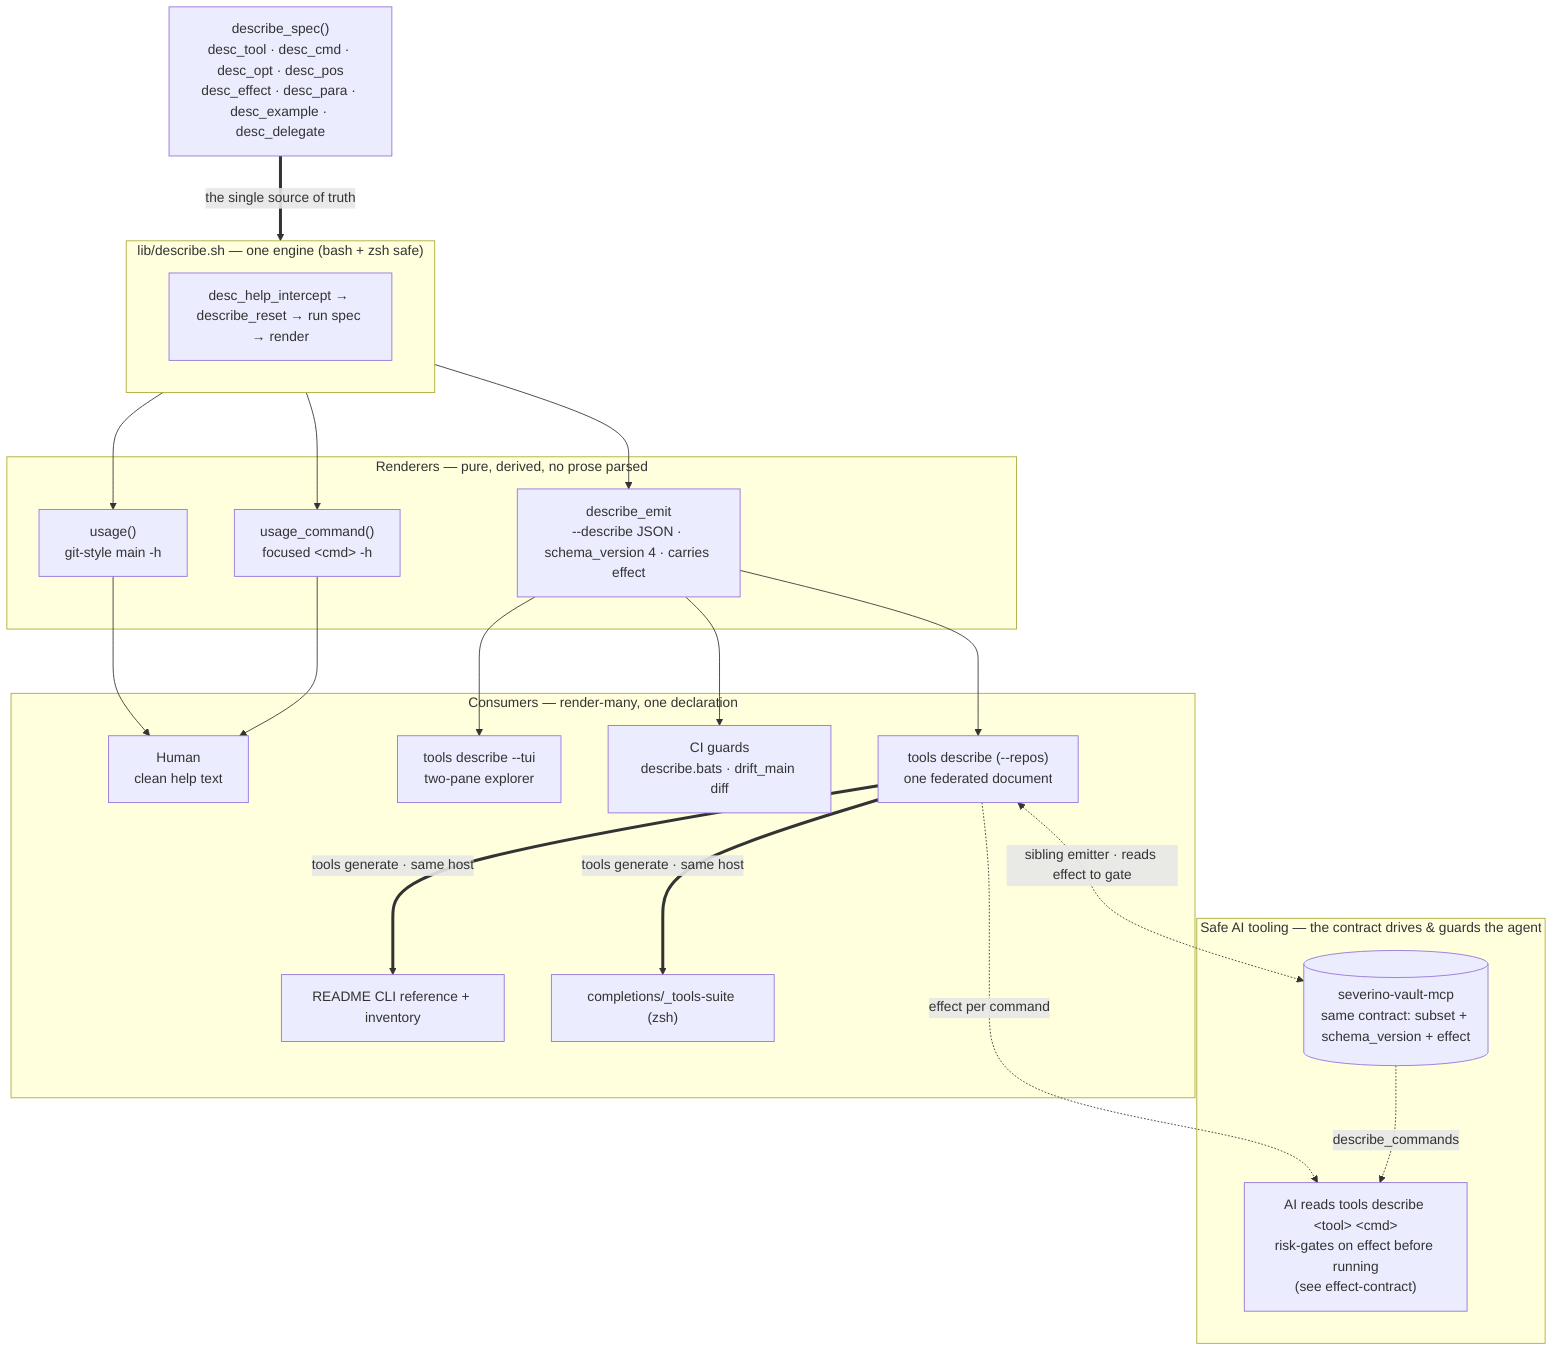
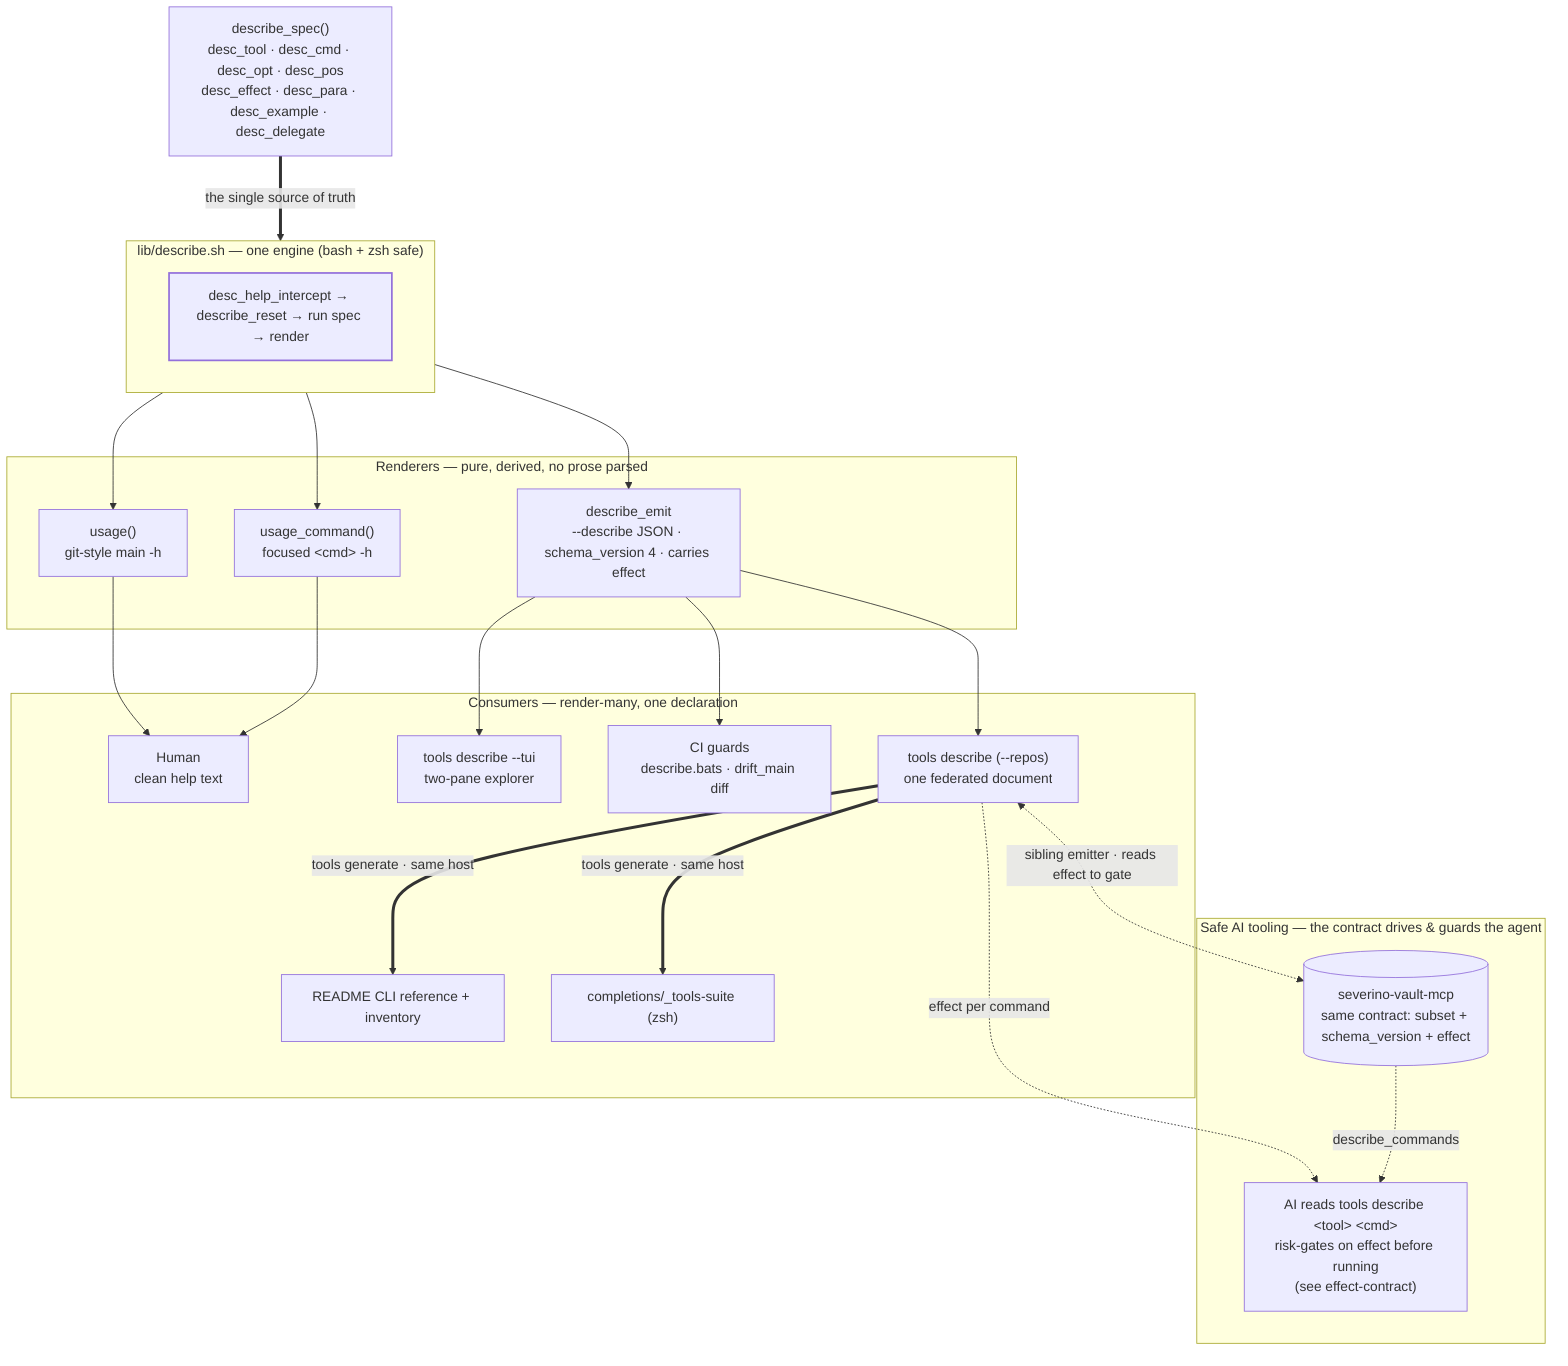
%%{init: {'flowchart': {'rankSpacing': 75, 'nodeSpacing': 55}}}%%
flowchart TB
    spec["describe_spec()<br/>desc_tool · desc_cmd · desc_opt · desc_pos<br/>desc_effect · desc_para · desc_example · desc_delegate"]

    subgraph engine["lib/describe.sh — one engine (bash + zsh safe)"]
        run["desc_help_intercept → describe_reset → run spec → render"]
    end
    spec ==>|"the single source of truth"| engine

    subgraph renderers["Renderers — pure, derived, no prose parsed"]
        usage["usage()<br/>git-style main -h"]
        focused["usage_command()<br/>focused &lt;cmd&gt; -h"]
        json["describe_emit<br/>--describe JSON · schema_version 4 · carries effect"]
    end
    engine --> usage
    engine --> focused
    engine --> json

    subgraph consumers["Consumers — render-many, one declaration"]
        human["Human<br/>clean help text"]
        tui["tools describe --tui<br/>two-pane explorer"]
        guards["CI guards<br/>describe.bats · drift_main diff"]
        readme["README CLI reference + inventory"]
        comp["completions/_tools-suite (zsh)"]
        fed["tools describe (--repos)<br/>one federated document"]
    end
    usage --> human
    focused --> human
    json --> tui
    json --> guards
    json --> fed
    fed ==>|"tools generate · same host"| readme
    fed ==>|"tools generate · same host"| comp

    subgraph safe["Safe AI tooling — the contract drives &amp; guards the agent"]
        ai["AI reads tools describe &lt;tool&gt; &lt;cmd&gt;<br/>risk-gates on effect before running<br/>(see effect-contract)"]
        mcp[("severino-vault-mcp<br/>same contract: subset + schema_version + effect")]
    end
    fed <-.->|"sibling emitter · reads effect to gate"| mcp
    fed -.->|"effect per command"| ai
    mcp -.->|"describe_commands"| ai
+ 
+     %% the one engine every declaration flows through — styled by .anchor in the shared theme
+     classDef anchor stroke-width:2px;
+     class run anchor;
